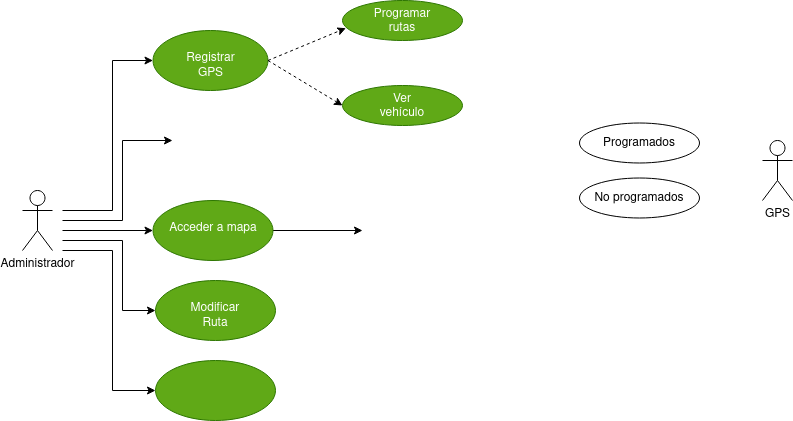
colidom/ets keeps this draw.io diagram as Tareas/Tarea3/img/GpsPuerto.drawio.png. Above is the earlier version. Source tidied: cells renumbered, new cells last; positions are measured from the earlier drawing's top-left corner, leaving out a move shared by most shapes.
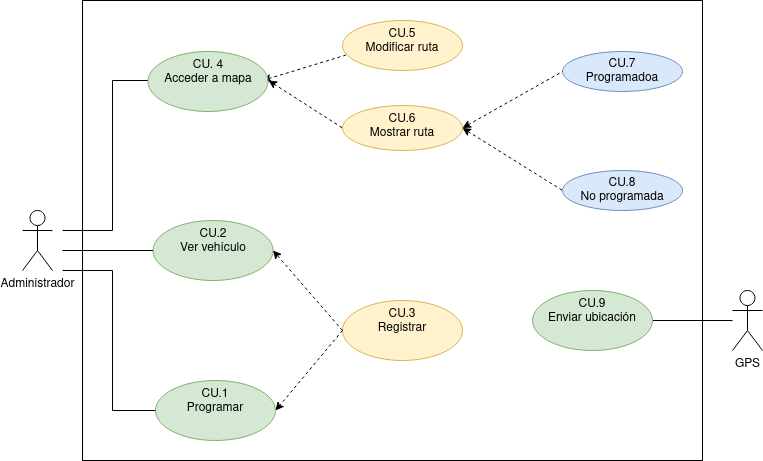
After the commit.

The edit, as a diff of the source:
```diff
@@ -2,89 +2,91 @@
   <root>
     <mxCell id="0" />
     <mxCell id="1" parent="0" />
+    <mxCell id="20" style="rounded=0;whiteSpace=wrap;html=1;fillColor=default;" parent="1" vertex="1">
+      <mxGeometry x="-60" y="-10" width="620" height="460" as="geometry" />
+    </mxCell>
-    <mxCell id="2" style="edgeStyle=orthogonalEdgeStyle;rounded=0;jettySize=auto;html=1;entryX=0;entryY=0.5;entryDx=0;entryDy=0;" parent="1" edge="1" target="5">
+    <mxCell id="2" style="edgeStyle=orthogonalEdgeStyle;rounded=0;jettySize=auto;html=1;entryX=0;entryY=0.5;entryDx=0;entryDy=0;endArrow=none;endFill=0;" parent="1" edge="1" target="22">
       <mxGeometry relative="1" as="geometry">
-        <mxPoint x="40" y="210" as="sourcePoint" />
+        <mxPoint x="-80" y="220" as="sourcePoint" />
         <Array as="points">
-          <mxPoint x="90" y="210" />
-          <mxPoint x="90" y="60" />
+          <mxPoint x="-30" y="220" />
+          <mxPoint x="-30" y="70" />
+          <mxPoint x="6" y="70" />
         </Array>
       </mxGeometry>
     </mxCell>
     <mxCell id="3" value="&lt;div&gt;Administrador&lt;/div&gt;" style="shape=umlActor;verticalLabelPosition=bottom;verticalAlign=top;html=1;" parent="1" vertex="1">
-      <mxGeometry y="190" width="30" height="60" as="geometry" />
+      <mxGeometry x="-120" y="200" width="30" height="60" as="geometry" />
     </mxCell>
+    <mxCell id="21" style="edgeStyle=orthogonalEdgeStyle;rounded=0;jettySize=auto;html=1;startArrow=none;startFill=0;endArrow=none;endFill=0;" parent="1" edge="1" source="4" target="28">
+      <mxGeometry relative="1" as="geometry" />
+    </mxCell>
     <mxCell id="4" value="GPS" style="shape=umlActor;verticalLabelPosition=bottom;verticalAlign=top;html=1;outlineConnect=0;" parent="1" vertex="1">
-      <mxGeometry x="740" y="140" width="30" height="60" as="geometry" />
+      <mxGeometry x="590" y="280" width="30" height="60" as="geometry" />
     </mxCell>
-    <mxCell id="5" value="&lt;div&gt;&lt;br&gt;&lt;/div&gt;&lt;div&gt;Registrar&lt;/div&gt;&lt;div&gt;GPS&lt;br&gt;&lt;/div&gt;" style="ellipse;whiteSpace=wrap;html=1;verticalAlign=top;fillColor=#60a917;fontColor=#ffffff;strokeColor=#2D7600;" parent="1" vertex="1">
-      <mxGeometry x="130.5" y="30" width="115" height="60" as="geometry" />
-    </mxCell>
-    <mxCell id="6" style="edgeStyle=orthogonalEdgeStyle;rounded=0;jettySize=auto;html=1;" parent="1" edge="1" source="7">
-      <mxGeometry relative="1" as="geometry">
-        <mxPoint x="340" y="230" as="targetPoint" />
-      </mxGeometry>
-    </mxCell>
-    <mxCell id="7" value="&lt;div&gt;&lt;br&gt;&lt;/div&gt;&lt;div&gt;Acceder a mapa&lt;/div&gt;&lt;div&gt;&lt;br&gt;&lt;/div&gt;" style="ellipse;whiteSpace=wrap;html=1;verticalAlign=top;fillColor=#60a917;fontColor=#ffffff;strokeColor=#2D7600;" parent="1" vertex="1">
-      <mxGeometry x="130.5" y="200" width="120" height="60" as="geometry" />
+    <mxCell id="7" value="&lt;div&gt;CU.2&lt;/div&gt;&lt;div&gt;Ver vehículo&lt;/div&gt;" style="ellipse;whiteSpace=wrap;html=1;verticalAlign=top;fillColor=#d5e8d4;strokeColor=#82b366;" parent="1" vertex="1">
+      <mxGeometry x="10.5" y="210" width="120" height="60" as="geometry" />
     </mxCell>
-    <mxCell id="8" style="endArrow=classic;html=1;rounded=0;entryX=0;entryY=0.5;entryDx=0;entryDy=0;" parent="1" edge="1" target="7">
+    <mxCell id="8" style="endArrow=none;html=1;rounded=0;entryX=0;entryY=0.5;entryDx=0;entryDy=0;endFill=0;" parent="1" edge="1" target="7">
       <mxGeometry relative="1" as="geometry">
-        <mxPoint x="40" y="230" as="sourcePoint" />
+        <mxPoint x="-80" y="240" as="sourcePoint" />
       </mxGeometry>
     </mxCell>
-    <mxCell id="9" value="&lt;div&gt;&lt;br&gt;&lt;/div&gt;&lt;div&gt;Modificar&lt;/div&gt;&lt;div&gt;Ruta&lt;br&gt;&lt;/div&gt;" style="ellipse;whiteSpace=wrap;html=1;verticalAlign=top;fillColor=#60a917;fontColor=#ffffff;strokeColor=#2D7600;" parent="1" vertex="1">
-      <mxGeometry x="133" y="280" width="120" height="60" as="geometry" />
+    <mxCell id="9" value="&lt;div&gt;CU.1 &lt;br&gt;&lt;/div&gt;&lt;div&gt;Programar&lt;br&gt;&lt;/div&gt;" style="ellipse;whiteSpace=wrap;html=1;verticalAlign=top;fillColor=#d5e8d4;strokeColor=#82b366;" parent="1" vertex="1">
+      <mxGeometry x="13" y="370" width="120" height="60" as="geometry" />
     </mxCell>
-    <mxCell id="10" style="edgeStyle=orthogonalEdgeStyle;rounded=0;jettySize=auto;html=1;entryX=0;entryY=0.5;entryDx=0;entryDy=0;" parent="1" edge="1" target="9">
-      <mxGeometry relative="1" as="geometry">
-        <mxPoint x="40" y="240" as="sourcePoint" />
-        <Array as="points">
-          <mxPoint x="40" y="240" />
-          <mxPoint x="100" y="240" />
-          <mxPoint x="100" y="310" />
-        </Array>
-      </mxGeometry>
-    </mxCell>
-    <mxCell id="11" style="ellipse;whiteSpace=wrap;html=1;verticalAlign=top;fillColor=#60a917;fontColor=#ffffff;strokeColor=#2D7600;" parent="1" vertex="1">
-      <mxGeometry x="133" y="360" width="120" height="60" as="geometry" />
-    </mxCell>
-    <mxCell id="12" style="edgeStyle=orthogonalEdgeStyle;rounded=0;jettySize=auto;html=1;entryX=0;entryY=0.5;entryDx=0;entryDy=0;" parent="1" edge="1" target="11">
+    <mxCell id="12" style="edgeStyle=orthogonalEdgeStyle;rounded=0;orthogonalLoop=1;jettySize=auto;html=1;entryX=0;entryY=0.5;entryDx=0;entryDy=0;endArrow=none;endFill=0;" parent="1" edge="1">
       <mxGeometry relative="1" as="geometry">
-        <mxPoint x="40" y="250" as="sourcePoint" />
+        <mxPoint x="-80" y="260" as="sourcePoint" />
+        <mxPoint x="13" y="400" as="targetPoint" />
         <Array as="points">
-          <mxPoint x="90" y="250" />
-          <mxPoint x="90" y="390" />
+          <mxPoint x="-30" y="260" />
+          <mxPoint x="-30" y="400" />
         </Array>
       </mxGeometry>
     </mxCell>
-    <mxCell id="13" value="Programar&lt;div&gt;rutas&lt;br&gt;&lt;/div&gt;" style="ellipse;whiteSpace=wrap;html=1;verticalAlign=top;fillColor=#60a917;fontColor=#ffffff;strokeColor=#2D7600;" parent="1" vertex="1">
-      <mxGeometry x="320" width="120" height="40" as="geometry" />
+    <mxCell id="13" value="&lt;div&gt;CU.5&lt;/div&gt;&lt;div&gt;Modificar ruta&lt;br&gt;&lt;/div&gt;" style="ellipse;whiteSpace=wrap;html=1;verticalAlign=top;fillColor=#fff2cc;strokeColor=#d6b656;" parent="1" vertex="1">
+      <mxGeometry x="200" y="10" width="120" height="50" as="geometry" />
     </mxCell>
-    <mxCell id="14" style="edgeStyle=orthogonalEdgeStyle;rounded=0;orthogonalLoop=1;jettySize=auto;html=1;" parent="1" edge="1">
-      <mxGeometry relative="1" as="geometry">
-        <mxPoint x="40" y="220" as="sourcePoint" />
-        <mxPoint x="150" y="140" as="targetPoint" />
-        <Array as="points">
-          <mxPoint x="100" y="220" />
-          <mxPoint x="100" y="140" />
-        </Array>
-      </mxGeometry>
-    </mxCell>
-    <mxCell id="15" value="Programados" style="ellipse;whiteSpace=wrap;html=1;" parent="1" vertex="1">
-      <mxGeometry x="557" y="122.5" width="120" height="40" as="geometry" />
+    <mxCell id="15" value="&lt;div&gt;CU.7&lt;/div&gt;&lt;div&gt;Programadoa&lt;/div&gt;" style="ellipse;whiteSpace=wrap;html=1;fillColor=#dae8fc;strokeColor=#6c8ebf;" parent="1" vertex="1">
+      <mxGeometry x="420" y="41" width="120" height="40" as="geometry" />
     </mxCell>
-    <mxCell id="16" value="No programados" style="ellipse;whiteSpace=wrap;html=1;" parent="1" vertex="1">
-      <mxGeometry x="557" y="177.5" width="120" height="40" as="geometry" />
+    <mxCell id="16" value="&lt;div&gt;CU.8&lt;/div&gt;&lt;div&gt;No programada&lt;/div&gt;" style="ellipse;whiteSpace=wrap;html=1;fillColor=#dae8fc;strokeColor=#6c8ebf;" parent="1" vertex="1">
+      <mxGeometry x="420" y="160" width="120" height="40" as="geometry" />
     </mxCell>
-    <mxCell id="17" value="&lt;div&gt;Ver &lt;br&gt;&lt;/div&gt;&lt;div&gt;vehículo&lt;/div&gt;" style="ellipse;whiteSpace=wrap;html=1;verticalAlign=top;fillColor=#60a917;fontColor=#ffffff;strokeColor=#2D7600;" parent="1" vertex="1">
-      <mxGeometry x="320" y="85" width="120" height="40" as="geometry" />
+    <mxCell id="17" value="&lt;div&gt;CU.6&lt;/div&gt;&lt;div&gt;Mostrar ruta&lt;br&gt;&lt;/div&gt;" style="ellipse;whiteSpace=wrap;html=1;verticalAlign=top;fillColor=#fff2cc;strokeColor=#d6b656;" parent="1" vertex="1">
+      <mxGeometry x="200" y="95" width="120" height="45" as="geometry" />
     </mxCell>
-    <mxCell id="18" style="endArrow=classic;html=1;rounded=0;entryX=0.028;entryY=0.692;entryDx=0;entryDy=0;entryPerimeter=0;exitX=1;exitY=0.5;exitDx=0;exitDy=0;dashed=1;" parent="1" edge="1" source="5" target="13">
-      <mxGeometry relative="1" as="geometry" />
+    <mxCell id="18" style="endArrow=none;html=1;rounded=0;entryX=0.028;entryY=0.692;entryDx=0;entryDy=0;entryPerimeter=0;dashed=1;startArrow=classic;startFill=1;endFill=0;" parent="1" edge="1" target="13">
+      <mxGeometry relative="1" as="geometry">
+        <mxPoint x="120" y="70" as="sourcePoint" />
+      </mxGeometry>
     </mxCell>
-    <mxCell id="19" style="endArrow=classic;html=1;rounded=0;entryX=0;entryY=0.5;entryDx=0;entryDy=0;exitX=1;exitY=0.5;exitDx=0;exitDy=0;dashed=1;" parent="1" edge="1" source="5" target="17">
-      <mxGeometry relative="1" as="geometry" />
+    <mxCell id="19" style="endArrow=none;html=1;rounded=0;entryX=0;entryY=0.5;entryDx=0;entryDy=0;dashed=1;endFill=0;startArrow=classic;startFill=1;" parent="1" edge="1" target="17">
+      <mxGeometry relative="1" as="geometry">
+        <mxPoint x="126" y="70" as="sourcePoint" />
+      </mxGeometry>
     </mxCell>
+    <mxCell id="22" value="&lt;div&gt;CU. 4&lt;/div&gt;&lt;div&gt;Acceder a mapa&lt;/div&gt;&lt;div&gt;&lt;br&gt;&lt;/div&gt;" style="ellipse;whiteSpace=wrap;html=1;verticalAlign=top;fillColor=#d5e8d4;strokeColor=#82b366;" parent="1" vertex="1">
+      <mxGeometry x="5.5" y="41" width="120" height="60" as="geometry" />
+    </mxCell>
+    <mxCell id="23" style="endArrow=none;html=1;rounded=0;entryX=0;entryY=0.5;entryDx=0;entryDy=0;dashed=1;exitX=1;exitY=0.5;exitDx=0;exitDy=0;endFill=0;startArrow=classic;startFill=1;" parent="1" edge="1" source="17" target="16">
+      <mxGeometry relative="1" as="geometry" />
+    </mxCell>
+    <mxCell id="24" style="endArrow=none;html=1;rounded=0;entryX=0;entryY=0.5;entryDx=0;entryDy=0;dashed=1;exitX=1;exitY=0.5;exitDx=0;exitDy=0;endFill=0;startArrow=classic;startFill=1;" parent="1" edge="1" source="17" target="15">
+      <mxGeometry relative="1" as="geometry" />
+    </mxCell>
+    <mxCell id="25" value="&lt;div&gt;CU.3&lt;/div&gt;&lt;div&gt;Registrar&lt;/div&gt;" style="ellipse;whiteSpace=wrap;html=1;verticalAlign=top;fillColor=#fff2cc;strokeColor=#d6b656;" parent="1" vertex="1">
+      <mxGeometry x="200" y="290" width="120" height="60" as="geometry" />
+    </mxCell>
+    <mxCell id="26" style="endArrow=classic;html=1;rounded=0;dashed=1;entryX=1;entryY=0.5;entryDx=0;entryDy=0;exitX=0;exitY=0.5;exitDx=0;exitDy=0;" parent="1" edge="1" source="25" target="9">
+      <mxGeometry relative="1" as="geometry" />
+    </mxCell>
+    <mxCell id="27" style="endArrow=classic;html=1;rounded=0;dashed=1;entryX=1;entryY=0.5;entryDx=0;entryDy=0;exitX=0;exitY=0.5;exitDx=0;exitDy=0;" parent="1" edge="1" source="25" target="7">
+      <mxGeometry relative="1" as="geometry" />
+    </mxCell>
+    <mxCell id="28" value="&lt;div&gt;CU.9&lt;/div&gt;&lt;div&gt;Enviar ubicación&lt;br&gt;&lt;/div&gt;" style="ellipse;whiteSpace=wrap;html=1;verticalAlign=top;fillColor=#d5e8d4;strokeColor=#82b366;" parent="1" vertex="1">
+      <mxGeometry x="390" y="280" width="120" height="60" as="geometry" />
+    </mxCell>
   </root>
 </mxGraphModel>
```
